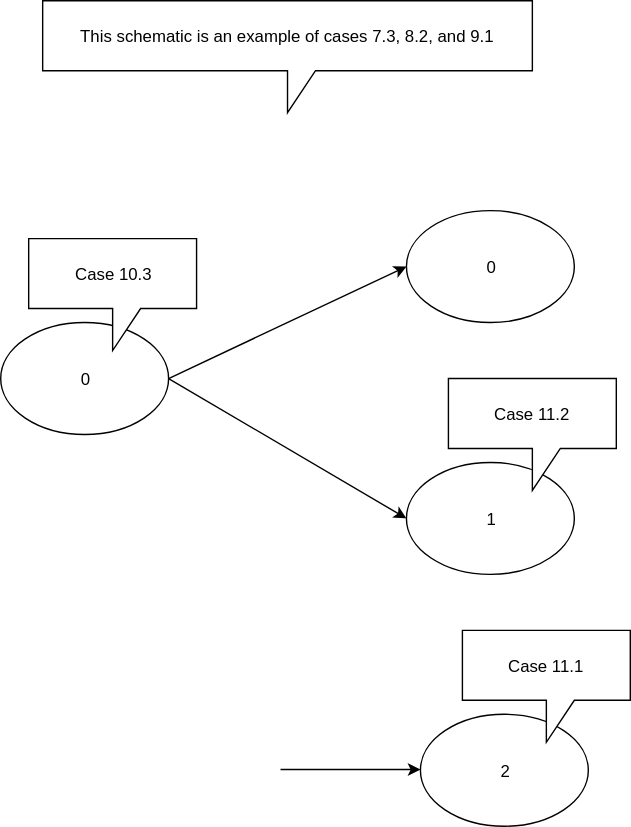
Before: svg/js-compiler/test_diagrams/tee.svg, a diagram exported from draw.io (bmfbp/bmfbp). Source tidied: cells renumbered, new cells last; positions are measured from the earlier drawing's top-left corner, leaving out a move shared by most shapes. Its diagram source:
```xml
<mxGraphModel>
  <root>
    <mxCell id="0" />
    <mxCell id="1" parent="0" />
    <mxCell id="2" value="0" style="ellipse;whiteSpace=wrap;html=1;" parent="1" vertex="1">
      <mxGeometry y="230" width="120" height="80" as="geometry" />
    </mxCell>
    <mxCell id="3" value="0" style="ellipse;whiteSpace=wrap;html=1;" parent="1" vertex="1">
      <mxGeometry x="290" y="150" width="120" height="80" as="geometry" />
    </mxCell>
    <mxCell id="4" value="1" style="ellipse;whiteSpace=wrap;html=1;" parent="1" vertex="1">
      <mxGeometry x="290" y="330" width="120" height="80" as="geometry" />
    </mxCell>
    <mxCell id="5" value="This schematic is an example of cases 7.3, 8.2, and 9.1" style="shape=callout;whiteSpace=wrap;html=1;perimeter=calloutPerimeter;" parent="1" vertex="1">
      <mxGeometry x="30" width="350" height="80" as="geometry" />
    </mxCell>
    <mxCell id="6" style="endArrow=classic;html=1;exitX=1;exitY=0.5;exitDx=0;exitDy=0;entryX=0;entryY=0.5;entryDx=0;entryDy=0;" parent="1" edge="1" source="2" target="3">
      <mxGeometry relative="1" as="geometry" />
    </mxCell>
    <mxCell id="7" style="endArrow=classic;html=1;exitX=1;exitY=0.5;exitDx=0;exitDy=0;entryX=0;entryY=0.5;entryDx=0;entryDy=0;" parent="1" edge="1" source="2" target="4">
      <mxGeometry relative="1" as="geometry" />
    </mxCell>
    <mxCell id="8" value="2" style="ellipse;whiteSpace=wrap;html=1;" parent="1" vertex="1">
      <mxGeometry x="300" y="510" width="120" height="80" as="geometry" />
    </mxCell>
    <mxCell id="9" style="endArrow=classic;html=1;exitX=1;exitY=0.5;exitDx=0;exitDy=0;" parent="1" edge="1">
      <mxGeometry relative="1" as="geometry">
        <mxPoint x="200" y="549.5" as="sourcePoint" />
        <mxPoint x="300" y="549.5" as="targetPoint" />
      </mxGeometry>
    </mxCell>
    <mxCell id="10" value="Case 10.3" style="shape=callout;whiteSpace=wrap;html=1;perimeter=calloutPerimeter;" parent="1" vertex="1">
      <mxGeometry x="20" y="170" width="120" height="80" as="geometry" />
    </mxCell>
    <mxCell id="11" value="Case 11.1" style="shape=callout;whiteSpace=wrap;html=1;perimeter=calloutPerimeter;" parent="1" vertex="1">
      <mxGeometry x="330" y="450" width="120" height="80" as="geometry" />
    </mxCell>
    <mxCell id="12" value="Case 11.2" style="shape=callout;whiteSpace=wrap;html=1;perimeter=calloutPerimeter;" parent="1" vertex="1">
      <mxGeometry x="320" y="270" width="120" height="80" as="geometry" />
    </mxCell>
  </root>
</mxGraphModel>
```
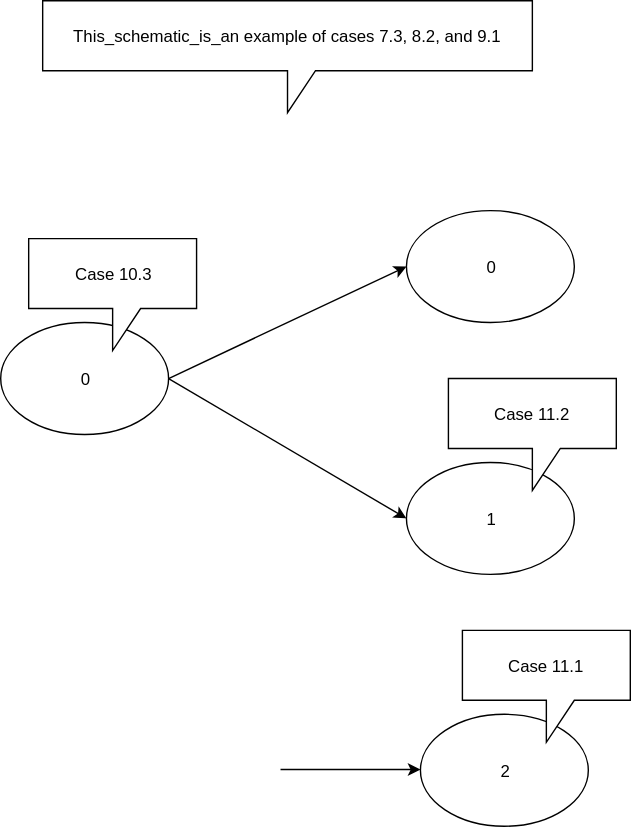
The same diagram one commit later.

What changed in the source:
```diff
@@ -11,7 +11,7 @@
     <mxCell id="4" value="1" style="ellipse;whiteSpace=wrap;html=1;" parent="1" vertex="1">
       <mxGeometry x="290" y="330" width="120" height="80" as="geometry" />
     </mxCell>
-    <mxCell id="5" value="This schematic is an example of cases 7.3, 8.2, and 9.1" style="shape=callout;whiteSpace=wrap;html=1;perimeter=calloutPerimeter;" parent="1" vertex="1">
+    <mxCell id="5" value="This_schematic_is_an example of cases 7.3, 8.2, and 9.1" style="shape=callout;whiteSpace=wrap;html=1;perimeter=calloutPerimeter;" parent="1" vertex="1">
       <mxGeometry x="30" width="350" height="80" as="geometry" />
     </mxCell>
     <mxCell id="6" style="endArrow=classic;html=1;exitX=1;exitY=0.5;exitDx=0;exitDy=0;entryX=0;entryY=0.5;entryDx=0;entryDy=0;" parent="1" edge="1" source="2" target="3">
```
